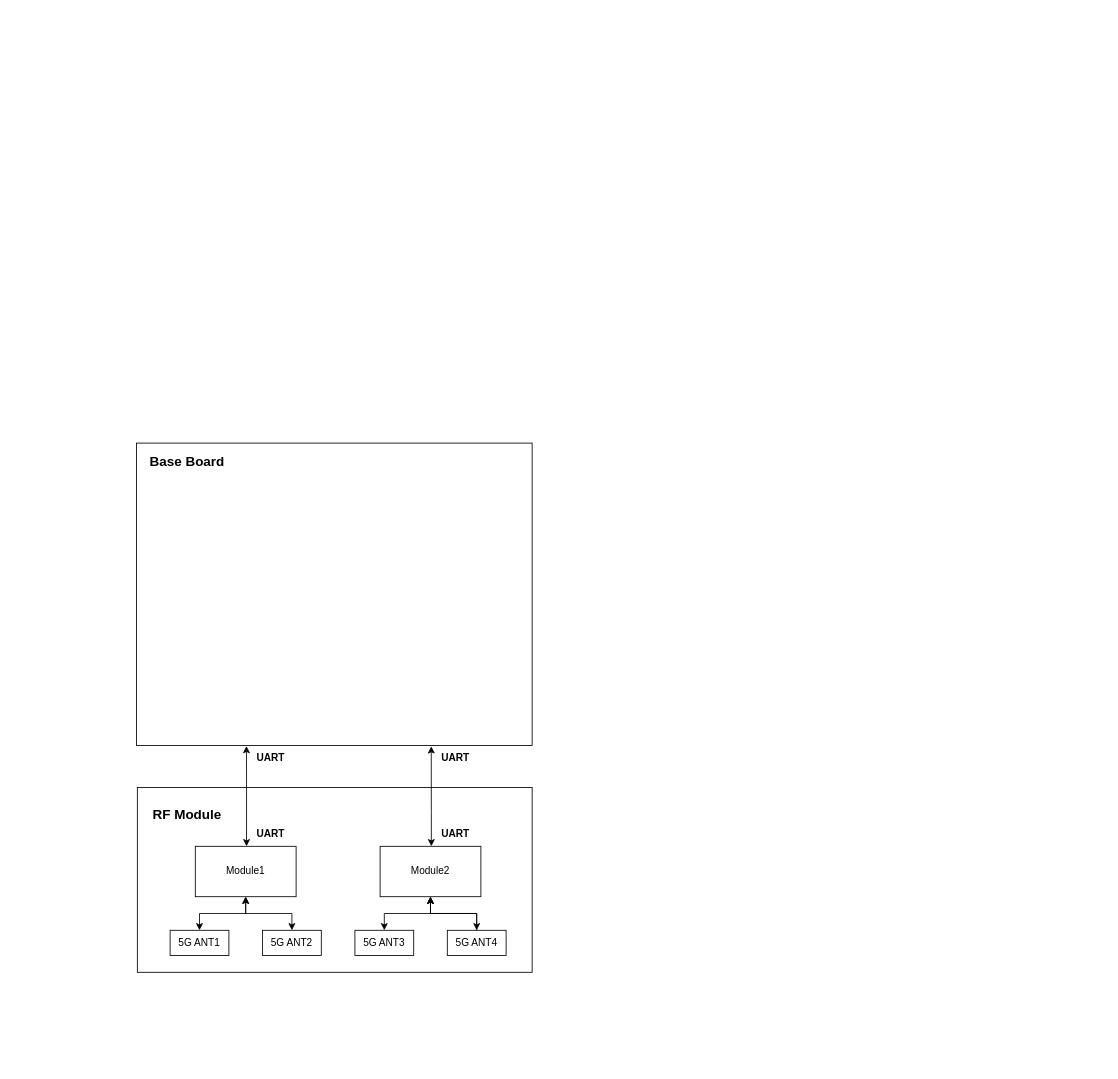
This is ICCC_block.drawio from zeandon/draw.io, a draw.io file, before an edit. Source tidied: cells renumbered, new cells numbered last; positions are measured from the earlier drawing's top-left corner, leaving out a move shared by most shapes. Both pictures are drawn from the tidied source at 84%, with x=0, y=0 at pixel (136, 443).
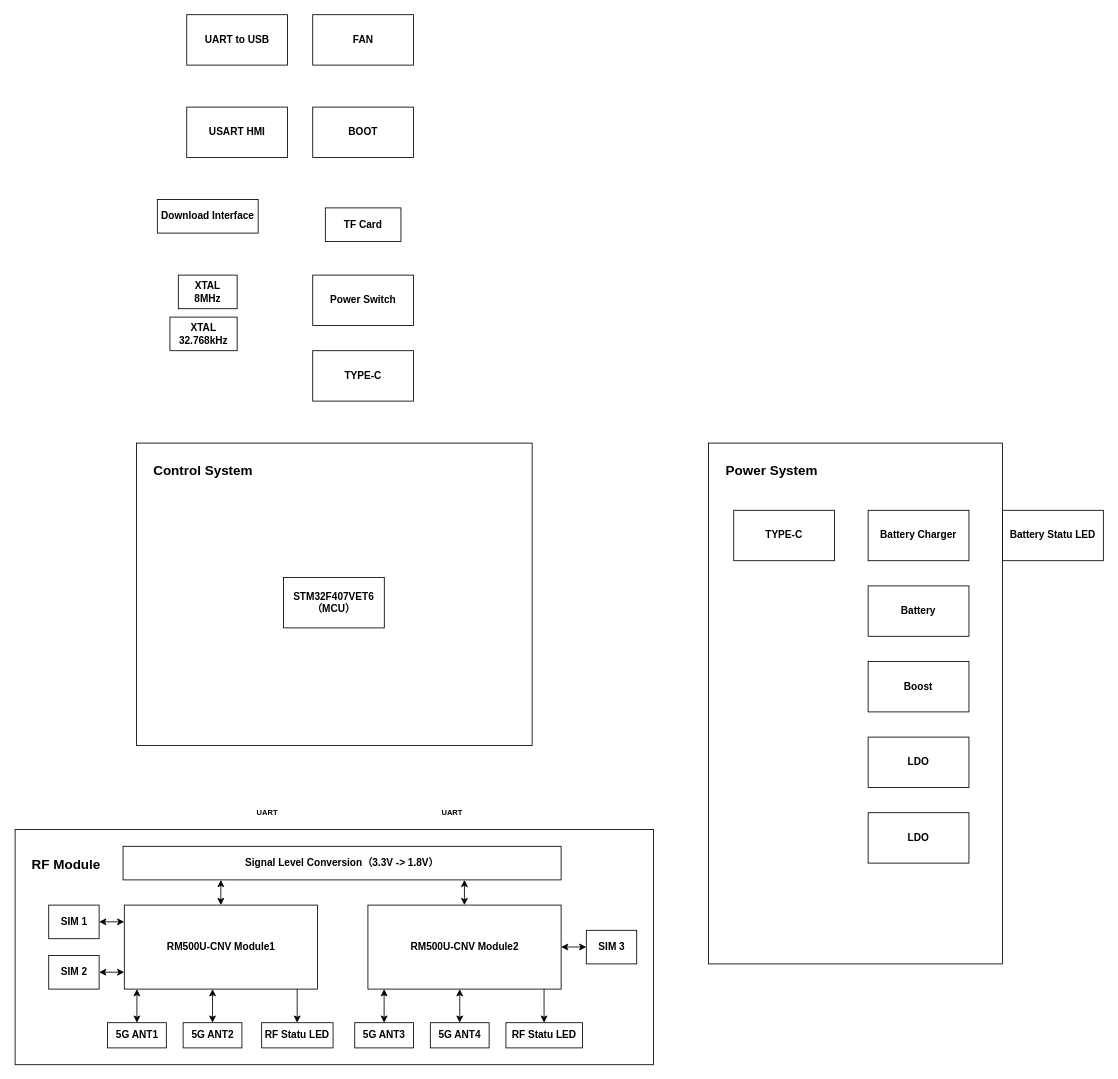
After the change.

What changed in the source:
```diff
@@
+    <mxCell id="23" style="rounded=0;whiteSpace=wrap;html=1;" parent="1" vertex="1">
+      <mxGeometry x="681" width="350" height="620" as="geometry" />
+    </mxCell>
     <mxCell id="2" style="rounded=0;whiteSpace=wrap;html=1;" parent="1" vertex="1">
-      <mxGeometry x="1" y="410" width="470" height="220" as="geometry" />
+      <mxGeometry x="-144.5" y="460" width="760" height="280" as="geometry" />
     </mxCell>
@@
-    <mxCell id="4" value="&lt;font style=&quot;font-size: 16px;&quot;&gt;Base Board&lt;/font&gt;" style="text;strokeColor=none;fillColor=none;html=1;fontSize=24;fontStyle=1;verticalAlign=middle;align=center;" parent="1" vertex="1">
-      <mxGeometry x="10" width="100" height="40" as="geometry" />
+    <mxCell id="4" value="&lt;font style=&quot;font-size: 16px;&quot;&gt;Control System&lt;/font&gt;" style="text;strokeColor=none;fillColor=none;html=1;fontSize=24;fontStyle=1;verticalAlign=middle;align=center;" parent="1" vertex="1">
+      <mxGeometry x="8" y="10" width="141" height="40" as="geometry" />
     </mxCell>
     <mxCell id="5" value="&lt;span style=&quot;font-size: 16px;&quot;&gt;RF Module&lt;/span&gt;" style="text;strokeColor=none;fillColor=none;html=1;fontSize=24;fontStyle=1;verticalAlign=middle;align=center;" parent="1" vertex="1">
-      <mxGeometry x="10" y="420" width="100" height="40" as="geometry" />
+      <mxGeometry x="-134.5" y="480" width="100" height="40" as="geometry" />
     </mxCell>
-    <mxCell id="6" value="Module1" style="rounded=0;whiteSpace=wrap;html=1;" parent="1" vertex="1">
-      <mxGeometry x="70" y="480" width="120" height="60" as="geometry" />
+    <mxCell id="6" value="RM500U-CNV Module1" style="rounded=0;whiteSpace=wrap;html=1;fontStyle=1;" parent="1" vertex="1">
+      <mxGeometry x="-14.5" y="550" width="230" height="100" as="geometry" />
     </mxCell>
-    <mxCell id="7" value="Module2" style="rounded=0;whiteSpace=wrap;html=1;" parent="1" vertex="1">
-      <mxGeometry x="290" y="480" width="120" height="60" as="geometry" />
+    <mxCell id="7" value="RM500U-CNV&amp;nbsp;Module2" style="rounded=0;whiteSpace=wrap;html=1;fontStyle=1;" parent="1" vertex="1">
+      <mxGeometry x="275.5" y="550" width="230" height="100" as="geometry" />
     </mxCell>
+    <mxCell id="19" value="UART" style="text;html=1;whiteSpace=wrap;strokeColor=none;fillColor=none;align=center;verticalAlign=middle;rounded=0;fontStyle=1;fontSize=9;" parent="1" vertex="1">
+      <mxGeometry x="131" y="430" width="50" height="20" as="geometry" />
+    </mxCell>
+    <mxCell id="21" value="UART" style="text;html=1;whiteSpace=wrap;strokeColor=none;fillColor=none;align=center;verticalAlign=middle;rounded=0;fontStyle=1;fontSize=9;" parent="1" vertex="1">
+      <mxGeometry x="351" y="430" width="50" height="20" as="geometry" />
+    </mxCell>
+    <mxCell id="9" value="5G ANT2" style="rounded=0;whiteSpace=wrap;html=1;fontStyle=1;" parent="1" vertex="1">
+      <mxGeometry x="55.5" y="690" width="70" height="30" as="geometry" />
+    </mxCell>
+    <mxCell id="24" style="endArrow=classic;startArrow=classic;html=1;rounded=0;exitX=0.5;exitY=0;exitDx=0;exitDy=0;entryX=0.958;entryY=0.995;entryDx=0;entryDy=0;entryPerimeter=0;" parent="1" edge="1" source="9">
+      <mxGeometry relative="1" as="geometry">
+        <mxPoint x="90.5" y="650" as="targetPoint" />
+        <Array as="points">
+          <mxPoint x="90.5" y="670" />
+          <mxPoint x="90.5" y="660" />
+        </Array>
+      </mxGeometry>
+    </mxCell>
-    <mxCell id="8" value="5G ANT1" style="rounded=0;whiteSpace=wrap;html=1;" parent="1" vertex="1">
-      <mxGeometry x="40" y="580" width="70" height="30" as="geometry" />
+    <mxCell id="8" value="5G ANT1" style="rounded=0;whiteSpace=wrap;html=1;fontStyle=1;" parent="1" vertex="1">
+      <mxGeometry x="-34.5" y="690" width="70" height="30" as="geometry" />
     </mxCell>
-    <mxCell id="9" value="5G ANT2" style="rounded=0;whiteSpace=wrap;html=1;" parent="1" vertex="1">
-      <mxGeometry x="150" y="580" width="70" height="30" as="geometry" />
-    </mxCell>
-    <mxCell id="10" style="edgeStyle=orthogonalEdgeStyle;rounded=0;jettySize=auto;html=1;" parent="1" edge="1" source="11" target="7">
-      <mxGeometry relative="1" as="geometry" />
-    </mxCell>
+    <mxCell id="25" style="endArrow=classic;startArrow=classic;html=1;rounded=0;exitX=0.5;exitY=0;exitDx=0;exitDy=0;entryX=0.958;entryY=0.995;entryDx=0;entryDy=0;entryPerimeter=0;" parent="1" edge="1" source="8">
+      <mxGeometry relative="1" as="geometry">
+        <mxPoint x="0.5" y="650" as="targetPoint" />
+        <Array as="points">
+          <mxPoint x="0.5" y="670" />
+          <mxPoint x="0.5" y="660" />
+        </Array>
+      </mxGeometry>
+    </mxCell>
+    <mxCell id="12" value="5G ANT3" style="rounded=0;whiteSpace=wrap;html=1;fontStyle=1;" parent="1" vertex="1">
+      <mxGeometry x="259.8" y="690" width="70" height="30" as="geometry" />
+    </mxCell>
+    <mxCell id="26" style="endArrow=classic;startArrow=classic;html=1;rounded=0;exitX=0.5;exitY=0;exitDx=0;exitDy=0;entryX=0.958;entryY=0.995;entryDx=0;entryDy=0;entryPerimeter=0;" parent="1" edge="1" source="12">
+      <mxGeometry relative="1" as="geometry">
+        <mxPoint x="294.8" y="650" as="targetPoint" />
+        <Array as="points">
+          <mxPoint x="294.8" y="670" />
+          <mxPoint x="294.8" y="660" />
+        </Array>
+      </mxGeometry>
+    </mxCell>
-    <mxCell id="11" value="5G ANT4" style="rounded=0;whiteSpace=wrap;html=1;" parent="1" vertex="1">
-      <mxGeometry x="370" y="580" width="70" height="30" as="geometry" />
+    <mxCell id="11" value="5G ANT4" style="rounded=0;whiteSpace=wrap;html=1;fontStyle=1;" parent="1" vertex="1">
+      <mxGeometry x="349.8" y="690" width="70" height="30" as="geometry" />
     </mxCell>
-    <mxCell id="12" value="5G ANT3" style="rounded=0;whiteSpace=wrap;html=1;" parent="1" vertex="1">
-      <mxGeometry x="260" y="580" width="70" height="30" as="geometry" />
-    </mxCell>
-    <mxCell id="13" style="endArrow=classic;startArrow=classic;html=1;rounded=0;exitX=0.5;exitY=0;exitDx=0;exitDy=0;entryX=0.5;entryY=1;entryDx=0;entryDy=0;" parent="1" edge="1" source="8" target="6">
-      <mxGeometry relative="1" as="geometry">
-        <Array as="points">
-          <mxPoint x="75" y="560" />
-          <mxPoint x="130" y="560" />
-        </Array>
-      </mxGeometry>
-    </mxCell>
-    <mxCell id="14" style="endArrow=classic;startArrow=classic;html=1;rounded=0;exitX=0.5;exitY=0;exitDx=0;exitDy=0;entryX=0.5;entryY=1;entryDx=0;entryDy=0;" parent="1" edge="1" source="9" target="6">
-      <mxGeometry relative="1" as="geometry">
-        <Array as="points">
-          <mxPoint x="185" y="560" />
-          <mxPoint x="130" y="560" />
-        </Array>
-      </mxGeometry>
-    </mxCell>
-    <mxCell id="15" style="endArrow=classic;startArrow=classic;html=1;rounded=0;exitX=0.5;exitY=0;exitDx=0;exitDy=0;entryX=0.5;entryY=1;entryDx=0;entryDy=0;" parent="1" edge="1" source="11" target="7">
-      <mxGeometry relative="1" as="geometry">
-        <Array as="points">
-          <mxPoint x="405" y="560" />
-          <mxPoint x="350" y="560" />
-        </Array>
-      </mxGeometry>
-    </mxCell>
-    <mxCell id="16" style="endArrow=classic;startArrow=classic;html=1;rounded=0;exitX=0.5;exitY=0;exitDx=0;exitDy=0;entryX=0.5;entryY=1;entryDx=0;entryDy=0;" parent="1" edge="1" source="12" target="7">
-      <mxGeometry relative="1" as="geometry">
-        <Array as="points">
-          <mxPoint x="295" y="560" />
-          <mxPoint x="350" y="560" />
-        </Array>
-      </mxGeometry>
-    </mxCell>
-    <mxCell id="17" style="endArrow=classic;startArrow=classic;html=1;rounded=0;entryX=0.015;entryY=0.032;entryDx=0;entryDy=0;entryPerimeter=0;" parent="1" edge="1" target="21">
-      <mxGeometry relative="1" as="geometry">
-        <mxPoint x="351" y="480" as="sourcePoint" />
-        <Array as="points">
-          <mxPoint x="351" y="440" />
-        </Array>
-      </mxGeometry>
-    </mxCell>
-    <mxCell id="18" style="endArrow=classic;startArrow=classic;html=1;rounded=0;entryX=0.015;entryY=0.021;entryDx=0;entryDy=0;entryPerimeter=0;" parent="1" edge="1" target="19">
-      <mxGeometry relative="1" as="geometry">
-        <mxPoint x="131" y="480" as="sourcePoint" />
-        <Array as="points">
-          <mxPoint x="131" y="400" />
-        </Array>
-      </mxGeometry>
-    </mxCell>
-    <mxCell id="19" value="UART" style="text;html=1;whiteSpace=wrap;strokeColor=none;fillColor=none;align=center;verticalAlign=middle;rounded=0;fontStyle=1;" parent="1" vertex="1">
-      <mxGeometry x="130" y="360" width="60" height="30" as="geometry" />
-    </mxCell>
-    <mxCell id="20" value="UART" style="text;html=1;whiteSpace=wrap;strokeColor=none;fillColor=none;align=center;verticalAlign=middle;rounded=0;fontStyle=1;" parent="1" vertex="1">
-      <mxGeometry x="130" y="450" width="60" height="30" as="geometry" />
-    </mxCell>
-    <mxCell id="21" value="UART" style="text;html=1;whiteSpace=wrap;strokeColor=none;fillColor=none;align=center;verticalAlign=middle;rounded=0;fontStyle=1;" parent="1" vertex="1">
-      <mxGeometry x="350" y="360" width="60" height="30" as="geometry" />
-    </mxCell>
-    <mxCell id="22" value="UART" style="text;html=1;whiteSpace=wrap;strokeColor=none;fillColor=none;align=center;verticalAlign=middle;rounded=0;fontStyle=1;" parent="1" vertex="1">
-      <mxGeometry x="350" y="450" width="60" height="30" as="geometry" />
-    </mxCell>
+    <mxCell id="27" style="endArrow=classic;startArrow=classic;html=1;rounded=0;exitX=0.5;exitY=0;exitDx=0;exitDy=0;entryX=0.958;entryY=0.995;entryDx=0;entryDy=0;entryPerimeter=0;" parent="1" edge="1" source="11">
+      <mxGeometry relative="1" as="geometry">
+        <mxPoint x="384.8" y="650" as="targetPoint" />
+        <Array as="points">
+          <mxPoint x="384.8" y="670" />
+          <mxPoint x="384.8" y="660" />
+        </Array>
+      </mxGeometry>
+    </mxCell>
+    <mxCell id="28" value="STM32F407V&lt;span style=&quot;background-color: transparent; color: light-dark(rgb(0, 0, 0), rgb(255, 255, 255));&quot;&gt;ET6&lt;br&gt;（MCU）&lt;/span&gt;" style="rounded=0;whiteSpace=wrap;html=1;fontStyle=1;" parent="1" vertex="1">
+      <mxGeometry x="175" y="160" width="120" height="60" as="geometry" />
+    </mxCell>
+    <mxCell id="29" value="&lt;span style=&quot;background-color: transparent; color: light-dark(rgb(0, 0, 0), rgb(255, 255, 255));&quot;&gt;XTAL&lt;br&gt;8MHz&lt;/span&gt;" style="rounded=0;whiteSpace=wrap;html=1;fontStyle=1;" parent="1" vertex="1">
+      <mxGeometry x="49.8" y="-200" width="70" height="40" as="geometry" />
+    </mxCell>
+    <mxCell id="30" value="&lt;span style=&quot;background-color: transparent; color: light-dark(rgb(0, 0, 0), rgb(255, 255, 255));&quot;&gt;XTAL&lt;br&gt;32.768kHz&lt;/span&gt;" style="rounded=0;whiteSpace=wrap;html=1;fontStyle=1;" parent="1" vertex="1">
+      <mxGeometry x="39.8" y="-150" width="80" height="40" as="geometry" />
+    </mxCell>
+    <mxCell id="31" value="Download Interface" style="rounded=0;whiteSpace=wrap;html=1;fontStyle=1;" parent="1" vertex="1">
+      <mxGeometry x="24.8" y="-290" width="120" height="40" as="geometry" />
+    </mxCell>
+    <mxCell id="32" value="USART&amp;nbsp;&lt;span style=&quot;background-color: transparent; color: light-dark(rgb(0, 0, 0), rgb(255, 255, 255));&quot;&gt;HMI&lt;/span&gt;" style="rounded=0;whiteSpace=wrap;html=1;fontStyle=1;" parent="1" vertex="1">
+      <mxGeometry x="59.8" y="-400" width="120" height="60" as="geometry" />
+    </mxCell>
+    <mxCell id="33" value="TYPE-C" style="rounded=0;whiteSpace=wrap;html=1;fontStyle=1;" parent="1" vertex="1">
+      <mxGeometry x="711" y="80" width="120" height="60" as="geometry" />
+    </mxCell>
+    <mxCell id="34" value="Battery Charger" style="rounded=0;whiteSpace=wrap;html=1;fontStyle=1;" parent="1" vertex="1">
+      <mxGeometry x="871" y="80" width="120" height="60" as="geometry" />
+    </mxCell>
+    <mxCell id="35" value="Boost" style="rounded=0;whiteSpace=wrap;html=1;fontStyle=1;" parent="1" vertex="1">
+      <mxGeometry x="871" y="260" width="120" height="60" as="geometry" />
+    </mxCell>
+    <mxCell id="36" value="LDO" style="rounded=0;whiteSpace=wrap;html=1;fontStyle=1;" parent="1" vertex="1">
+      <mxGeometry x="871" y="350" width="120" height="60" as="geometry" />
+    </mxCell>
+    <mxCell id="37" value="LDO" style="rounded=0;whiteSpace=wrap;html=1;fontStyle=1;" parent="1" vertex="1">
+      <mxGeometry x="871" y="440" width="120" height="60" as="geometry" />
+    </mxCell>
+    <mxCell id="38" value="Battery" style="rounded=0;whiteSpace=wrap;html=1;fontStyle=1;" parent="1" vertex="1">
+      <mxGeometry x="871" y="170" width="120" height="60" as="geometry" />
+    </mxCell>
+    <mxCell id="39" value="Battery Statu LED" style="rounded=0;whiteSpace=wrap;html=1;fontStyle=1;" parent="1" vertex="1">
+      <mxGeometry x="1031" y="80" width="120" height="60" as="geometry" />
+    </mxCell>
+    <mxCell id="40" value="RF Statu LED" style="rounded=0;whiteSpace=wrap;html=1;fontStyle=1;" parent="1" vertex="1">
+      <mxGeometry x="149" y="690" width="85" height="30" as="geometry" />
+    </mxCell>
+    <mxCell id="41" value="RF Statu LED" style="rounded=0;whiteSpace=wrap;html=1;fontStyle=1;" parent="1" vertex="1">
+      <mxGeometry x="439.8" y="690" width="91.2" height="30" as="geometry" />
+    </mxCell>
+    <mxCell id="42" value="SIM 1" style="rounded=0;whiteSpace=wrap;html=1;fontStyle=1;" parent="1" vertex="1">
+      <mxGeometry x="-104.5" y="550" width="60" height="40" as="geometry" />
+    </mxCell>
+    <mxCell id="43" value="SIM 2" style="rounded=0;whiteSpace=wrap;html=1;fontStyle=1;" parent="1" vertex="1">
+      <mxGeometry x="-104.5" y="610" width="60" height="40" as="geometry" />
+    </mxCell>
+    <mxCell id="44" value="SIM 3" style="rounded=0;whiteSpace=wrap;html=1;fontStyle=1;" parent="1" vertex="1">
+      <mxGeometry x="535.5" y="580" width="60" height="40" as="geometry" />
+    </mxCell>
+    <mxCell id="45" value="Signal Level Conversion（3.3V -&amp;gt; 1.8V）" style="rounded=0;whiteSpace=wrap;html=1;fontStyle=1;" parent="1" vertex="1">
+      <mxGeometry x="-16" y="480" width="521.5" height="40" as="geometry" />
+    </mxCell>
+    <mxCell id="46" value="UART to USB" style="rounded=0;whiteSpace=wrap;html=1;fontStyle=1;" parent="1" vertex="1">
+      <mxGeometry x="59.8" y="-510" width="120" height="60" as="geometry" />
+    </mxCell>
+    <mxCell id="47" value="FAN" style="rounded=0;whiteSpace=wrap;html=1;fontStyle=1;" parent="1" vertex="1">
+      <mxGeometry x="209.8" y="-510" width="120" height="60" as="geometry" />
+    </mxCell>
+    <mxCell id="48" value="BOOT" style="rounded=0;whiteSpace=wrap;html=1;fontStyle=1;" parent="1" vertex="1">
+      <mxGeometry x="209.8" y="-400" width="120" height="60" as="geometry" />
+    </mxCell>
+    <mxCell id="49" value="TF Card" style="rounded=0;whiteSpace=wrap;html=1;fontStyle=1;" parent="1" vertex="1">
+      <mxGeometry x="224.8" y="-280" width="90" height="40" as="geometry" />
+    </mxCell>
+    <mxCell id="50" value="Power Switch" style="rounded=0;whiteSpace=wrap;html=1;fontStyle=1;" parent="1" vertex="1">
+      <mxGeometry x="209.8" y="-200" width="120" height="60" as="geometry" />
+    </mxCell>
+    <mxCell id="51" value="TYPE-C" style="rounded=0;whiteSpace=wrap;html=1;fontStyle=1;" parent="1" vertex="1">
+      <mxGeometry x="209.8" y="-110" width="120" height="60" as="geometry" />
+    </mxCell>
+    <mxCell id="52" style="endArrow=none;startArrow=classic;html=1;rounded=0;exitX=0.5;exitY=0;exitDx=0;exitDy=0;entryX=0.958;entryY=0.995;entryDx=0;entryDy=0;entryPerimeter=0;endFill=0;" parent="1" edge="1">
+      <mxGeometry relative="1" as="geometry">
+        <mxPoint x="191.3" y="690" as="sourcePoint" />
+        <mxPoint x="191.3" y="650" as="targetPoint" />
+        <Array as="points">
+          <mxPoint x="191.3" y="670" />
+          <mxPoint x="191.3" y="660" />
+        </Array>
+      </mxGeometry>
+    </mxCell>
+    <mxCell id="53" style="endArrow=none;startArrow=classic;html=1;rounded=0;exitX=0.5;exitY=0;exitDx=0;exitDy=0;entryX=0.958;entryY=0.995;entryDx=0;entryDy=0;entryPerimeter=0;endFill=0;" parent="1" edge="1">
+      <mxGeometry relative="1" as="geometry">
+        <mxPoint x="485.2" y="690" as="sourcePoint" />
+        <mxPoint x="485.2" y="650" as="targetPoint" />
+        <Array as="points">
+          <mxPoint x="485.2" y="670" />
+          <mxPoint x="485.2" y="660" />
+        </Array>
+      </mxGeometry>
+    </mxCell>
+    <mxCell id="54" style="endArrow=classic;startArrow=classic;html=1;rounded=0;" parent="1" edge="1">
+      <mxGeometry relative="1" as="geometry">
+        <mxPoint x="-44.5" y="629.9" as="sourcePoint" />
+        <mxPoint x="-14.5" y="629.9" as="targetPoint" />
+      </mxGeometry>
+    </mxCell>
+    <mxCell id="55" style="endArrow=classic;startArrow=classic;html=1;rounded=0;" parent="1" edge="1">
+      <mxGeometry relative="1" as="geometry">
+        <mxPoint x="-44.5" y="569.9" as="sourcePoint" />
+        <mxPoint x="-14.5" y="569.9" as="targetPoint" />
+      </mxGeometry>
+    </mxCell>
+    <mxCell id="56" style="endArrow=classic;startArrow=classic;html=1;rounded=0;" parent="1" edge="1">
+      <mxGeometry relative="1" as="geometry">
+        <mxPoint x="505.5" y="599.9" as="sourcePoint" />
+        <mxPoint x="535.5" y="599.9" as="targetPoint" />
+      </mxGeometry>
+    </mxCell>
+    <mxCell id="57" style="endArrow=classic;startArrow=classic;html=1;rounded=0;" parent="1" edge="1">
+      <mxGeometry relative="1" as="geometry">
+        <mxPoint x="100.4" y="550" as="sourcePoint" />
+        <mxPoint x="100.4" y="520" as="targetPoint" />
+      </mxGeometry>
+    </mxCell>
+    <mxCell id="58" style="endArrow=classic;startArrow=classic;html=1;rounded=0;" parent="1" edge="1">
+      <mxGeometry relative="1" as="geometry">
+        <mxPoint x="390.4" y="550" as="sourcePoint" />
+        <mxPoint x="390.4" y="520" as="targetPoint" />
+      </mxGeometry>
+    </mxCell>
+    <mxCell id="59" value="&lt;font style=&quot;font-size: 16px;&quot;&gt;Power System&lt;/font&gt;" style="text;strokeColor=none;fillColor=none;html=1;fontSize=24;fontStyle=1;verticalAlign=middle;align=center;" parent="1" vertex="1">
+      <mxGeometry x="691" y="10" width="130" height="40" as="geometry" />
+    </mxCell>
```
